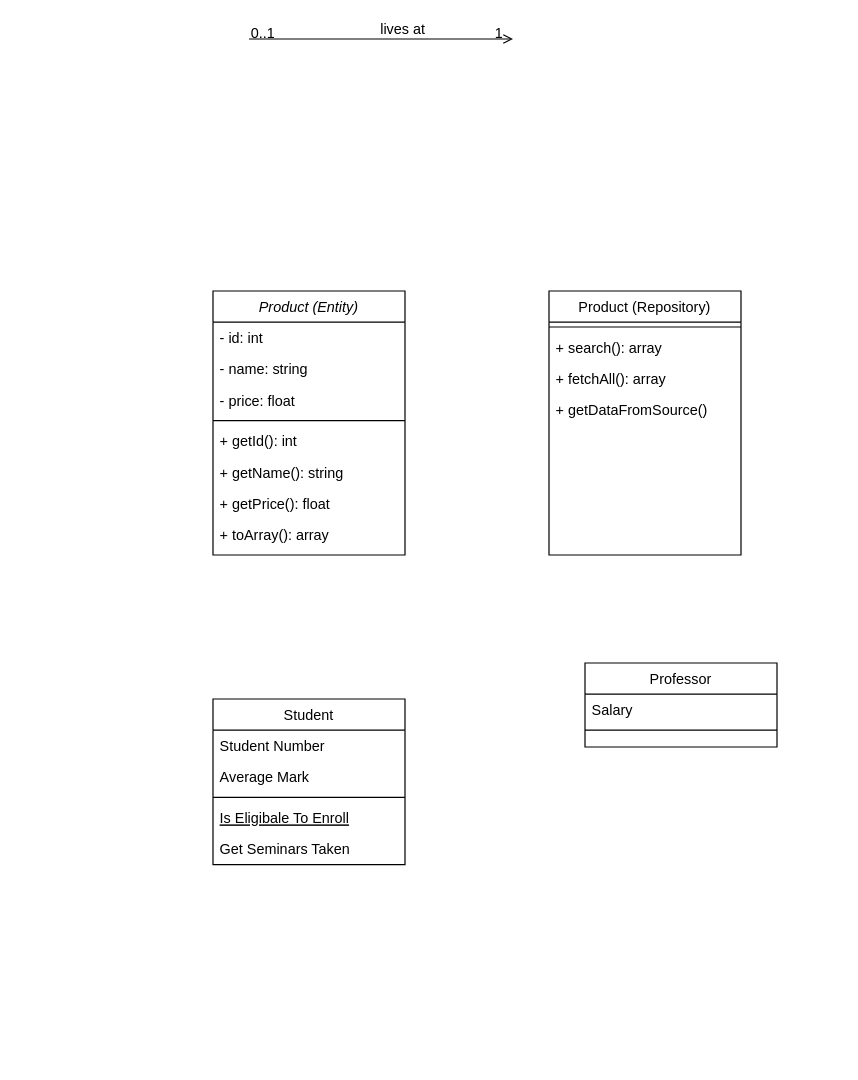
The draw.io diagram Untitled Diagram.drawio in RDarkCat/chart_algo, before the edit. Source tidied: cells renumbered, new cells numbered last; positions are measured from the earlier drawing's top-left corner, leaving out a move shared by most shapes. Both pictures are drawn from the tidied source at 120%, with x=0, y=0 at pixel (212, 38).
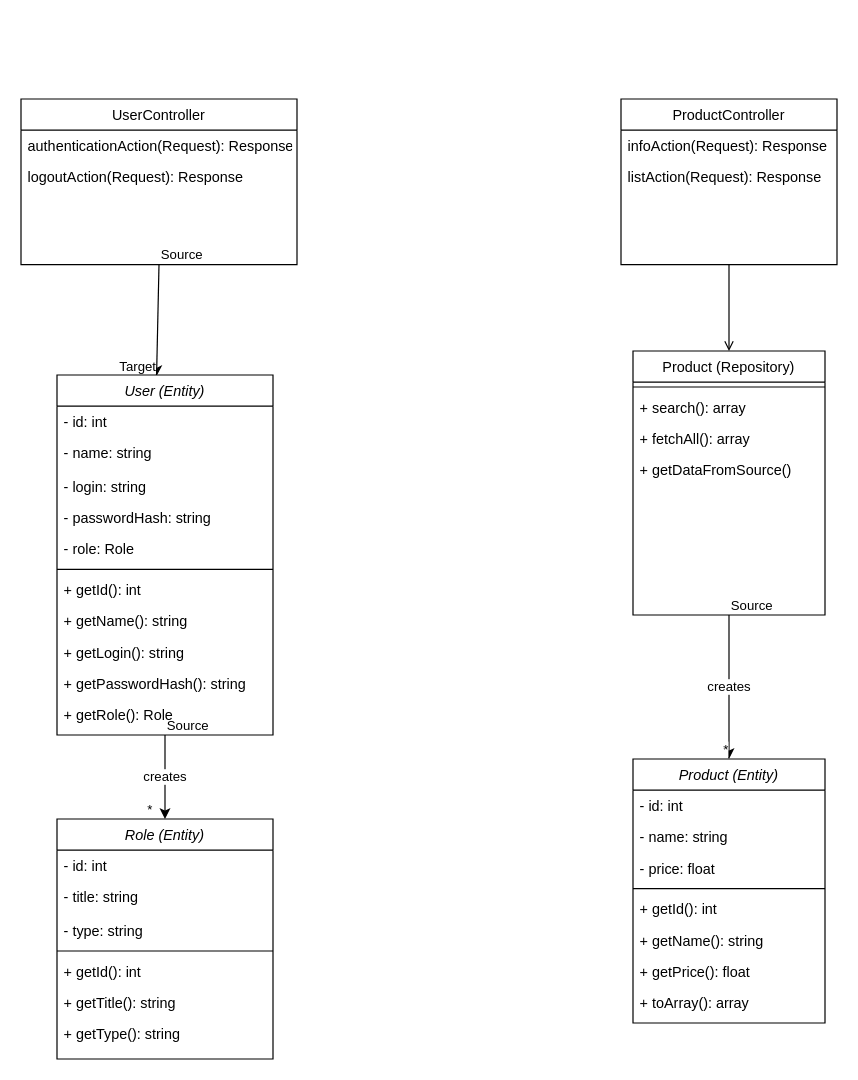
The same page after the edit.

The edit, as a diff of the source:
```diff
@@
-    <mxCell id="2" style="endArrow=open;shadow=0;strokeWidth=1;rounded=0;endFill=1;edgeStyle=elbowEdgeStyle;elbow=vertical;" parent="1" edge="1">
+    <mxCell id="2" style="endArrow=open;shadow=0;strokeWidth=1;rounded=0;endFill=1;edgeStyle=elbowEdgeStyle;elbow=vertical;exitX=0.5;exitY=1;exitDx=0;exitDy=0;entryX=0.5;entryY=0;entryDx=0;entryDy=0;" parent="1" edge="1" source="9" target="24">
       <mxGeometry x="0.5" y="41" relative="1" as="geometry">
-        <mxPoint x="30" as="sourcePoint" />
-        <mxPoint x="250" as="targetPoint" />
         <mxPoint x="-40" y="32" as="offset" />
       </mxGeometry>
     </mxCell>
-    <mxCell id="3" value="0..1" style="align=left;verticalAlign=bottom;labelBackgroundColor=none;fontSize=12;" parent="2" vertex="1">
-      <mxGeometry x="-1" relative="1" as="geometry">
-        <mxPoint y="4" as="offset" />
-      </mxGeometry>
-    </mxCell>
-    <mxCell id="4" value="1" style="align=right;verticalAlign=bottom;labelBackgroundColor=none;fontSize=12;" parent="2" vertex="1">
-      <mxGeometry x="1" relative="1" as="geometry">
-        <mxPoint x="-7" y="4" as="offset" />
-      </mxGeometry>
-    </mxCell>
-    <mxCell id="5" value="lives at" style="text;html=1;align=center;verticalAlign=middle;labelBackgroundColor=none;rounded=0;shadow=0;strokeWidth=1;fontSize=12;" parent="2" vertex="1">
-      <mxGeometry x="0.5" y="49" relative="1" as="geometry">
-        <mxPoint x="-38" y="40" as="offset" />
-      </mxGeometry>
-    </mxCell>
-    <mxCell id="6" value="Professor" style="swimlane;fontStyle=0;align=center;verticalAlign=top;horizontal=1;startSize=26;rounded=0;shadow=0;strokeWidth=1;" parent="1" vertex="1">
-      <mxGeometry x="310" y="520" width="160" height="70" as="geometry" />
-    </mxCell>
-    <mxCell id="7" value="Salary" style="text;align=left;verticalAlign=top;spacingLeft=4;spacingRight=4;overflow=hidden;" parent="6" vertex="1">
-      <mxGeometry y="26" width="160" height="26" as="geometry" />
-    </mxCell>
-    <mxCell id="8" style="line;html=1;strokeWidth=1;align=left;verticalAlign=middle;spacingTop=-1;spacingLeft=3;spacingRight=3;labelPosition=right;" parent="6" vertex="1">
-      <mxGeometry y="52" width="160" height="8" as="geometry" />
-    </mxCell>
+    <mxCell id="29" value="creates" style="endArrow=classic;html=1;exitX=0.5;exitY=1;exitDx=0;exitDy=0;entryX=0.5;entryY=0;entryDx=0;entryDy=0;" parent="1" edge="1" source="38" target="50">
+      <mxGeometry relative="1" as="geometry" />
+    </mxCell>
+    <mxCell id="30" value="Source" style="edgeLabel;html=1;align=left;verticalAlign=bottom;" parent="29" vertex="1">
+      <mxGeometry x="-1" relative="1" as="geometry" />
+    </mxCell>
+    <mxCell id="31" value="*" style="edgeLabel;html=1;align=right;verticalAlign=bottom;" parent="29" vertex="1">
+      <mxGeometry x="1" relative="1" as="geometry">
+        <mxPoint x="-10" as="offset" />
+      </mxGeometry>
+    </mxCell>
-    <mxCell id="9" value="Student" style="swimlane;fontStyle=0;align=center;verticalAlign=top;horizontal=1;startSize=26;rounded=0;shadow=0;strokeWidth=1;" parent="1" vertex="1">
-      <mxGeometry y="550" width="160" height="138" as="geometry" />
+    <mxCell id="9" value="ProductController" style="swimlane;fontStyle=0;align=center;verticalAlign=top;horizontal=1;startSize=26;rounded=0;shadow=0;strokeWidth=1;" parent="1" vertex="1">
+      <mxGeometry x="340" y="50" width="180" height="138" as="geometry" />
     </mxCell>
-    <mxCell id="10" value="Student Number" style="text;align=left;verticalAlign=top;spacingLeft=4;spacingRight=4;overflow=hidden;" parent="9" vertex="1">
-      <mxGeometry y="26" width="160" height="26" as="geometry" />
+    <mxCell id="10" value="infoAction(Request): Response" style="text;align=left;verticalAlign=top;spacingLeft=4;spacingRight=4;overflow=hidden;" parent="9" vertex="1">
+      <mxGeometry y="26" width="180" height="26" as="geometry" />
     </mxCell>
-    <mxCell id="11" value="Average Mark" style="text;align=left;verticalAlign=top;spacingLeft=4;spacingRight=4;overflow=hidden;rounded=0;shadow=0;html=0;" parent="9" vertex="1">
-      <mxGeometry y="52" width="160" height="26" as="geometry" />
+    <mxCell id="11" value="listAction(Request): Response" style="text;align=left;verticalAlign=top;spacingLeft=4;spacingRight=4;overflow=hidden;rounded=0;shadow=0;html=0;" parent="9" vertex="1">
+      <mxGeometry y="52" width="180" height="26" as="geometry" />
     </mxCell>
-    <mxCell id="12" style="line;html=1;strokeWidth=1;align=left;verticalAlign=middle;spacingTop=-1;spacingLeft=3;spacingRight=3;labelPosition=right;" parent="9" vertex="1">
-      <mxGeometry y="78" width="160" height="8" as="geometry" />
-    </mxCell>
-    <mxCell id="13" value="Is Eligibale To Enroll" style="text;align=left;verticalAlign=top;spacingLeft=4;spacingRight=4;overflow=hidden;fontStyle=4;" parent="9" vertex="1">
-      <mxGeometry y="86" width="160" height="26" as="geometry" />
-    </mxCell>
-    <mxCell id="14" value="Get Seminars Taken" style="text;align=left;verticalAlign=top;spacingLeft=4;spacingRight=4;overflow=hidden;" parent="9" vertex="1">
-      <mxGeometry y="112" width="160" height="26" as="geometry" />
-    </mxCell>
+    <mxCell id="24" value="Product (Repository)" style="swimlane;fontStyle=0;align=center;verticalAlign=top;horizontal=1;startSize=26;rounded=0;shadow=0;strokeWidth=1;" parent="1" vertex="1">
+      <mxGeometry x="350" y="260" width="160" height="220" as="geometry" />
+    </mxCell>
+    <mxCell id="25" style="line;html=1;strokeWidth=1;align=left;verticalAlign=middle;spacingTop=-1;spacingLeft=3;spacingRight=3;labelPosition=right;" parent="24" vertex="1">
+      <mxGeometry y="26" width="160" height="8" as="geometry" />
+    </mxCell>
+    <mxCell id="26" value="+ search(): array" style="text;align=left;verticalAlign=top;spacingLeft=4;spacingRight=4;overflow=hidden;" parent="24" vertex="1">
+      <mxGeometry y="34" width="160" height="26" as="geometry" />
+    </mxCell>
+    <mxCell id="27" value="+ fetchAll(): array" style="text;align=left;verticalAlign=top;spacingLeft=4;spacingRight=4;overflow=hidden;" parent="24" vertex="1">
+      <mxGeometry y="60" width="160" height="26" as="geometry" />
+    </mxCell>
+    <mxCell id="28" value="+ getDataFromSource()" style="text;align=left;verticalAlign=top;spacingLeft=4;spacingRight=4;overflow=hidden;" parent="24" vertex="1">
+      <mxGeometry y="86" width="160" height="26" as="geometry" />
+    </mxCell>
+    <mxCell id="32" value="creates" style="endArrow=classic;html=1;entryX=0.5;entryY=0;entryDx=0;entryDy=0;exitX=0.5;exitY=1;exitDx=0;exitDy=0;" parent="1" edge="1" source="24" target="15">
+      <mxGeometry relative="1" as="geometry" />
+    </mxCell>
+    <mxCell id="33" value="Source" style="edgeLabel;html=1;align=left;verticalAlign=bottom;" parent="32" vertex="1">
+      <mxGeometry x="-1" relative="1" as="geometry" />
+    </mxCell>
+    <mxCell id="34" value="*" style="edgeLabel;html=1;align=right;verticalAlign=bottom;" parent="32" vertex="1">
+      <mxGeometry x="1" relative="1" as="geometry" />
+    </mxCell>
     <mxCell id="15" value="Product (Entity)" style="swimlane;fontStyle=2;align=center;verticalAlign=top;horizontal=1;startSize=26;rounded=0;shadow=0;strokeWidth=1;" parent="1" vertex="1">
-      <mxGeometry y="210" width="160" height="220" as="geometry" />
+      <mxGeometry x="350" y="600" width="160" height="220" as="geometry" />
     </mxCell>
@@
-    <mxCell id="24" value="Product (Repository)" style="swimlane;fontStyle=0;align=center;verticalAlign=top;horizontal=1;startSize=26;rounded=0;shadow=0;strokeWidth=1;" parent="1" vertex="1">
-      <mxGeometry x="280" y="210" width="160" height="220" as="geometry" />
-    </mxCell>
-    <mxCell id="25" style="line;html=1;strokeWidth=1;align=left;verticalAlign=middle;spacingTop=-1;spacingLeft=3;spacingRight=3;labelPosition=right;" parent="24" vertex="1">
-      <mxGeometry y="26" width="160" height="8" as="geometry" />
-    </mxCell>
-    <mxCell id="26" value="+ search(): array" style="text;align=left;verticalAlign=top;spacingLeft=4;spacingRight=4;overflow=hidden;" parent="24" vertex="1">
-      <mxGeometry y="34" width="160" height="26" as="geometry" />
-    </mxCell>
-    <mxCell id="27" value="+ fetchAll(): array" style="text;align=left;verticalAlign=top;spacingLeft=4;spacingRight=4;overflow=hidden;" parent="24" vertex="1">
-      <mxGeometry y="60" width="160" height="26" as="geometry" />
-    </mxCell>
-    <mxCell id="28" value="+ getDataFromSource()" style="text;align=left;verticalAlign=top;spacingLeft=4;spacingRight=4;overflow=hidden;" parent="24" vertex="1">
-      <mxGeometry y="86" width="160" height="26" as="geometry" />
-    </mxCell>
+    <mxCell id="35" style="endArrow=classic;html=1;exitX=0.5;exitY=1;exitDx=0;exitDy=0;entryX=0.461;entryY=0.003;entryDx=0;entryDy=0;entryPerimeter=0;" parent="1" edge="1" source="58" target="38">
+      <mxGeometry relative="1" as="geometry" />
+    </mxCell>
+    <mxCell id="36" value="Source" style="edgeLabel;html=1;align=left;verticalAlign=bottom;" parent="35" vertex="1">
+      <mxGeometry x="-1" relative="1" as="geometry" />
+    </mxCell>
+    <mxCell id="37" value="Target" style="edgeLabel;html=1;align=right;verticalAlign=bottom;" parent="35" vertex="1">
+      <mxGeometry x="1" relative="1" as="geometry" />
+    </mxCell>
+    <mxCell id="38" value="User (Entity)" style="swimlane;fontStyle=2;align=center;verticalAlign=top;horizontal=1;startSize=26;rounded=0;shadow=0;strokeWidth=1;" parent="1" vertex="1">
+      <mxGeometry x="-130" y="280" width="180" height="300" as="geometry" />
+    </mxCell>
+    <mxCell id="39" value="- id: int" style="text;align=left;verticalAlign=top;spacingLeft=4;spacingRight=4;overflow=hidden;" parent="38" vertex="1">
+      <mxGeometry y="26" width="180" height="26" as="geometry" />
+    </mxCell>
+    <mxCell id="40" value="- name: string&#10;" style="text;align=left;verticalAlign=top;spacingLeft=4;spacingRight=4;overflow=hidden;rounded=0;shadow=0;html=0;" parent="38" vertex="1">
+      <mxGeometry y="52" width="180" height="28" as="geometry" />
+    </mxCell>
+    <mxCell id="41" value="- login: string" style="text;align=left;verticalAlign=top;spacingLeft=4;spacingRight=4;overflow=hidden;rounded=0;shadow=0;html=0;" parent="38" vertex="1">
+      <mxGeometry y="80" width="180" height="26" as="geometry" />
+    </mxCell>
+    <mxCell id="42" value="- passwordHash: string" style="text;align=left;verticalAlign=top;spacingLeft=4;spacingRight=4;overflow=hidden;rounded=0;shadow=0;html=0;" parent="38" vertex="1">
+      <mxGeometry y="106" width="180" height="26" as="geometry" />
+    </mxCell>
+    <mxCell id="43" value="- role: Role" style="text;align=left;verticalAlign=top;spacingLeft=4;spacingRight=4;overflow=hidden;rounded=0;shadow=0;html=0;" parent="38" vertex="1">
+      <mxGeometry y="132" width="180" height="26" as="geometry" />
+    </mxCell>
+    <mxCell id="44" style="line;html=1;strokeWidth=1;align=left;verticalAlign=middle;spacingTop=-1;spacingLeft=3;spacingRight=3;labelPosition=right;" parent="38" vertex="1">
+      <mxGeometry y="158" width="180" height="8" as="geometry" />
+    </mxCell>
+    <mxCell id="45" value="+ getId(): int" style="text;align=left;verticalAlign=top;spacingLeft=4;spacingRight=4;overflow=hidden;" parent="38" vertex="1">
+      <mxGeometry y="166" width="180" height="26" as="geometry" />
+    </mxCell>
+    <mxCell id="46" value="+ getName(): string" style="text;align=left;verticalAlign=top;spacingLeft=4;spacingRight=4;overflow=hidden;" parent="38" vertex="1">
+      <mxGeometry y="192" width="180" height="26" as="geometry" />
+    </mxCell>
+    <mxCell id="47" value="+ getLogin(): string" style="text;align=left;verticalAlign=top;spacingLeft=4;spacingRight=4;overflow=hidden;" parent="38" vertex="1">
+      <mxGeometry y="218" width="180" height="26" as="geometry" />
+    </mxCell>
+    <mxCell id="48" value="+ getPasswordHash(): string" style="text;align=left;verticalAlign=top;spacingLeft=4;spacingRight=4;overflow=hidden;" parent="38" vertex="1">
+      <mxGeometry y="244" width="180" height="26" as="geometry" />
+    </mxCell>
+    <mxCell id="49" value="+ getRole(): Role" style="text;align=left;verticalAlign=top;spacingLeft=4;spacingRight=4;overflow=hidden;" parent="38" vertex="1">
+      <mxGeometry y="270" width="180" height="26" as="geometry" />
+    </mxCell>
+    <mxCell id="50" value="Role (Entity)" style="swimlane;fontStyle=2;align=center;verticalAlign=top;horizontal=1;startSize=26;rounded=0;shadow=0;strokeWidth=1;" parent="1" vertex="1">
+      <mxGeometry x="-130" y="650" width="180" height="200" as="geometry" />
+    </mxCell>
+    <mxCell id="51" value="- id: int" style="text;align=left;verticalAlign=top;spacingLeft=4;spacingRight=4;overflow=hidden;" parent="50" vertex="1">
+      <mxGeometry y="26" width="180" height="26" as="geometry" />
+    </mxCell>
+    <mxCell id="52" value="- title: string&#10;" style="text;align=left;verticalAlign=top;spacingLeft=4;spacingRight=4;overflow=hidden;rounded=0;shadow=0;html=0;" parent="50" vertex="1">
+      <mxGeometry y="52" width="180" height="28" as="geometry" />
+    </mxCell>
+    <mxCell id="53" value="- type: string" style="text;align=left;verticalAlign=top;spacingLeft=4;spacingRight=4;overflow=hidden;rounded=0;shadow=0;html=0;" parent="50" vertex="1">
+      <mxGeometry y="80" width="180" height="26" as="geometry" />
+    </mxCell>
+    <mxCell id="54" style="line;html=1;strokeWidth=1;align=left;verticalAlign=middle;spacingTop=-1;spacingLeft=3;spacingRight=3;labelPosition=right;" parent="50" vertex="1">
+      <mxGeometry y="106" width="180" height="8" as="geometry" />
+    </mxCell>
+    <mxCell id="55" value="+ getId(): int" style="text;align=left;verticalAlign=top;spacingLeft=4;spacingRight=4;overflow=hidden;" parent="50" vertex="1">
+      <mxGeometry y="114" width="180" height="26" as="geometry" />
+    </mxCell>
+    <mxCell id="56" value="+ getTitle(): string" style="text;align=left;verticalAlign=top;spacingLeft=4;spacingRight=4;overflow=hidden;" parent="50" vertex="1">
+      <mxGeometry y="140" width="180" height="26" as="geometry" />
+    </mxCell>
+    <mxCell id="57" value="+ getType(): string" style="text;align=left;verticalAlign=top;spacingLeft=4;spacingRight=4;overflow=hidden;" parent="50" vertex="1">
+      <mxGeometry y="166" width="180" height="26" as="geometry" />
+    </mxCell>
+    <mxCell id="58" value="UserController" style="swimlane;fontStyle=0;align=center;verticalAlign=top;horizontal=1;startSize=26;rounded=0;shadow=0;strokeWidth=1;" parent="1" vertex="1">
+      <mxGeometry x="-160" y="50" width="230" height="138" as="geometry" />
+    </mxCell>
+    <mxCell id="59" value="authenticationAction(Request): Response" style="text;align=left;verticalAlign=top;spacingLeft=4;spacingRight=4;overflow=hidden;" parent="58" vertex="1">
+      <mxGeometry y="26" width="230" height="26" as="geometry" />
+    </mxCell>
+    <mxCell id="60" value="logoutAction(Request): Response" style="text;align=left;verticalAlign=top;spacingLeft=4;spacingRight=4;overflow=hidden;rounded=0;shadow=0;html=0;" parent="58" vertex="1">
+      <mxGeometry y="52" width="230" height="26" as="geometry" />
+    </mxCell>
```
